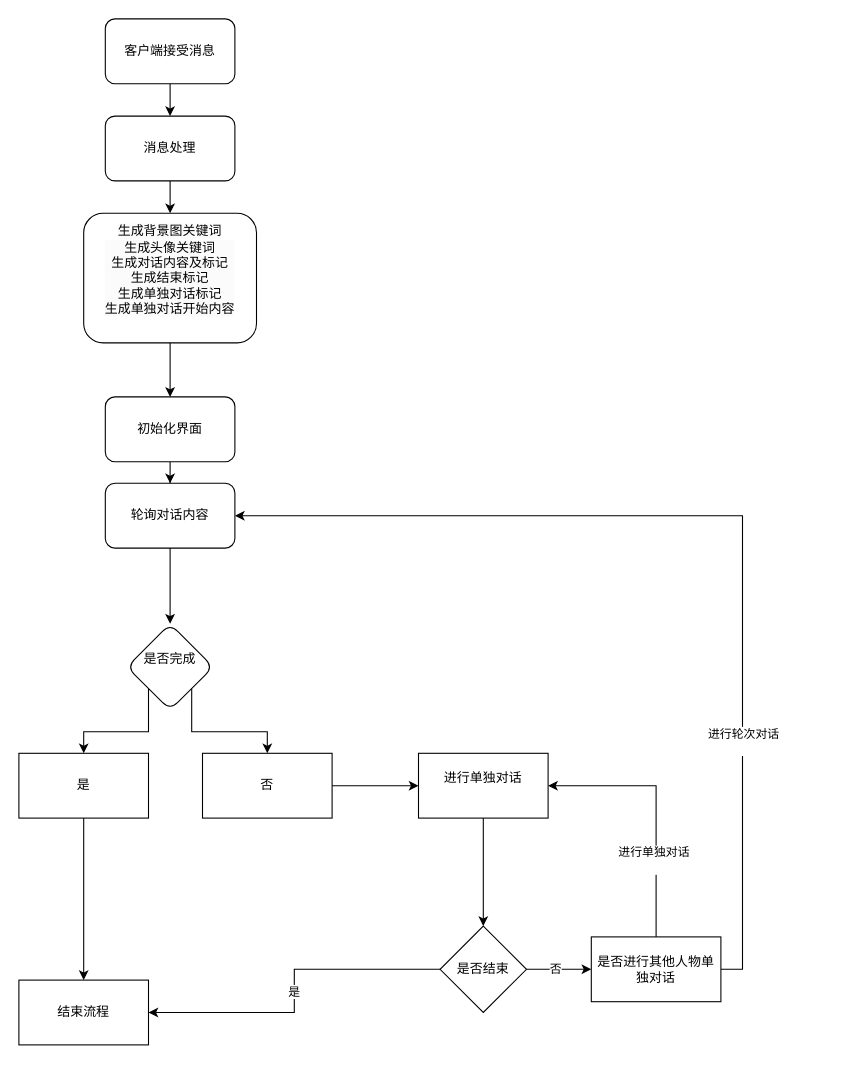
The draw.io diagram 未命名绘图.drawio in han896/LiuCheng, before the edit. Source tidied: cells renumbered, new cells numbered last; positions are measured from the earlier drawing's top-left corner, leaving out a move shared by most shapes. Both pictures are drawn from the tidied source at 108%, with x=0, y=0 at pixel (18, 18).
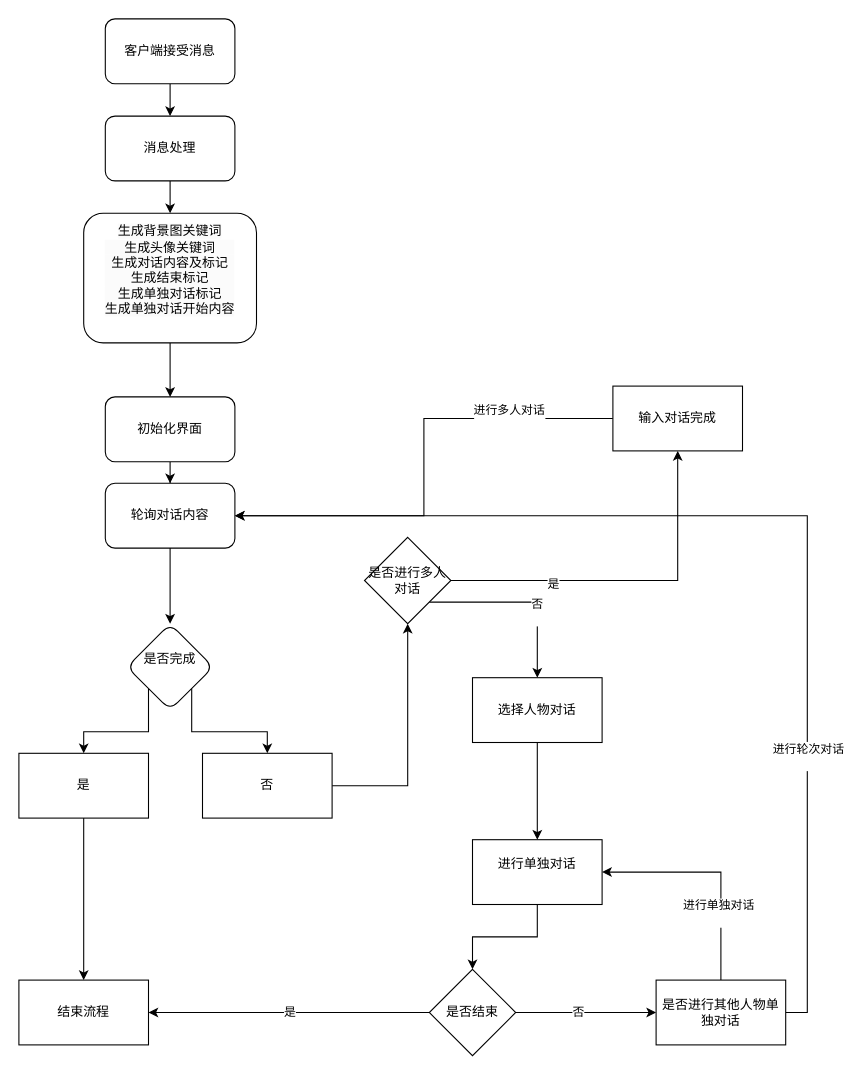
The same page after the edit.

Unchanged cells that the change refers to:
```xml
<mxCell id="11" value="轮询对话内容" style="whiteSpace=wrap;html=1;rounded=1;" parent="1" vertex="1">
  <mxGeometry x="80" y="430" width="120" height="60" as="geometry" />
</mxCell>
<mxCell id="18" value="否" style="rounded=0;whiteSpace=wrap;html=1;" parent="1" vertex="1">
  <mxGeometry x="170" y="680" width="120" height="60" as="geometry" />
</mxCell>
```

Change to the diagram source:
```diff
@@
-    <mxCell id="17" style="edgeStyle=orthogonalEdgeStyle;rounded=0;jettySize=auto;html=1;" parent="1" edge="1" source="18" target="21">
-      <mxGeometry relative="1" as="geometry" />
-    </mxCell>
+    <mxCell id="32" style="edgeStyle=orthogonalEdgeStyle;rounded=0;jettySize=auto;html=1;exitX=1;exitY=0.5;exitDx=0;exitDy=0;entryX=0.5;entryY=1;entryDx=0;entryDy=0;" parent="1" edge="1" source="18" target="37">
+      <mxGeometry relative="1" as="geometry" />
+    </mxCell>
@@
     <mxCell id="21" value="进行单独对话&lt;div&gt;&lt;br&gt;&lt;/div&gt;" style="rounded=0;whiteSpace=wrap;html=1;" parent="1" vertex="1">
-      <mxGeometry x="370" y="680" width="120" height="60" as="geometry" />
+      <mxGeometry x="420" y="760" width="120" height="60" as="geometry" />
     </mxCell>
@@
     <mxCell id="26" value="是否结束" style="rhombus;whiteSpace=wrap;html=1;rounded=0;" parent="1" vertex="1">
-      <mxGeometry x="390" y="840" width="80" height="80" as="geometry" />
+      <mxGeometry x="380" y="880" width="80" height="80" as="geometry" />
     </mxCell>
@@
     <mxCell id="31" value="是否进行其他人物单独对话" style="whiteSpace=wrap;html=1;rounded=0;" parent="1" vertex="1">
-      <mxGeometry x="530" y="850" width="120" height="60" as="geometry" />
+      <mxGeometry x="590" y="890" width="120" height="60" as="geometry" />
     </mxCell>
+    <mxCell id="33" style="edgeStyle=orthogonalEdgeStyle;rounded=0;jettySize=auto;html=1;" parent="1" edge="1" source="37" target="40">
+      <mxGeometry relative="1" as="geometry" />
+    </mxCell>
+    <mxCell id="34" value="是" style="edgeLabel;html=1;align=center;verticalAlign=middle;" parent="33" vertex="1">
+      <mxGeometry x="-0.43" y="-2" relative="1" as="geometry" />
+    </mxCell>
+    <mxCell id="35" style="edgeStyle=orthogonalEdgeStyle;rounded=0;jettySize=auto;html=1;exitX=1;exitY=1;exitDx=0;exitDy=0;" parent="1" edge="1" source="37" target="42">
+      <mxGeometry relative="1" as="geometry" />
+    </mxCell>
+    <mxCell id="36" value="否&lt;div&gt;&lt;br&gt;&lt;/div&gt;" style="edgeLabel;html=1;align=center;verticalAlign=middle;" parent="35" vertex="1">
+      <mxGeometry x="0.27" y="-1" relative="1" as="geometry" />
+    </mxCell>
+    <mxCell id="37" value="是否进行多人对话" style="rhombus;whiteSpace=wrap;html=1;" parent="1" vertex="1">
+      <mxGeometry x="320" y="480" width="80" height="80" as="geometry" />
+    </mxCell>
+    <mxCell id="38" style="edgeStyle=orthogonalEdgeStyle;rounded=0;jettySize=auto;html=1;entryX=1;entryY=0.5;entryDx=0;entryDy=0;" parent="1" edge="1" source="40" target="11">
+      <mxGeometry relative="1" as="geometry" />
+    </mxCell>
+    <mxCell id="39" value="进行多人对话&lt;div&gt;&lt;br&gt;&lt;/div&gt;" style="edgeLabel;html=1;align=center;verticalAlign=middle;" parent="38" vertex="1">
+      <mxGeometry x="-0.56" y="-2" relative="1" as="geometry" />
+    </mxCell>
+    <mxCell id="40" value="输入对话完成" style="whiteSpace=wrap;html=1;" parent="1" vertex="1">
+      <mxGeometry x="550" y="340" width="120" height="60" as="geometry" />
+    </mxCell>
+    <mxCell id="41" style="edgeStyle=orthogonalEdgeStyle;rounded=0;jettySize=auto;html=1;exitX=0.5;exitY=1;exitDx=0;exitDy=0;entryX=0.5;entryY=0;entryDx=0;entryDy=0;" parent="1" edge="1" source="42" target="21">
+      <mxGeometry relative="1" as="geometry" />
+    </mxCell>
+    <mxCell id="42" value="选择人物对话" style="rounded=0;whiteSpace=wrap;html=1;" parent="1" vertex="1">
+      <mxGeometry x="420" y="610" width="120" height="60" as="geometry" />
+    </mxCell>
```
